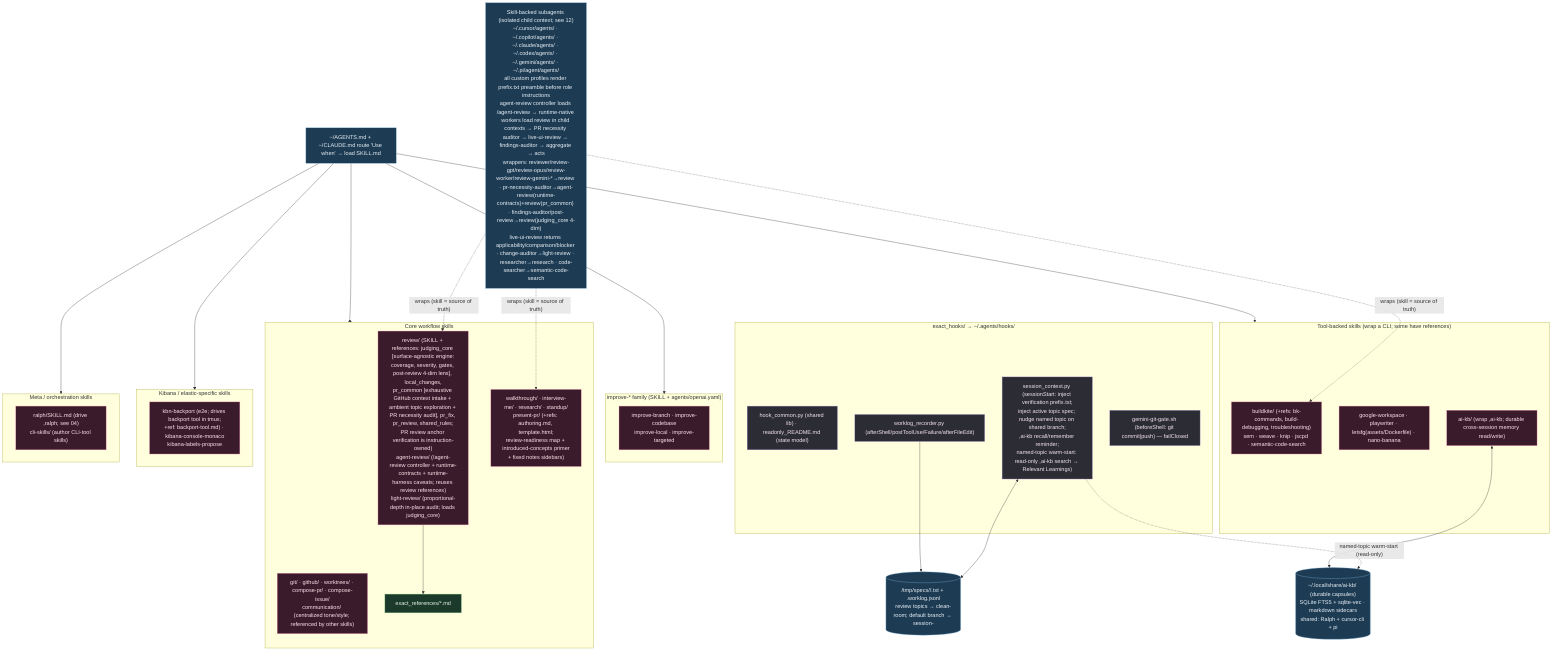
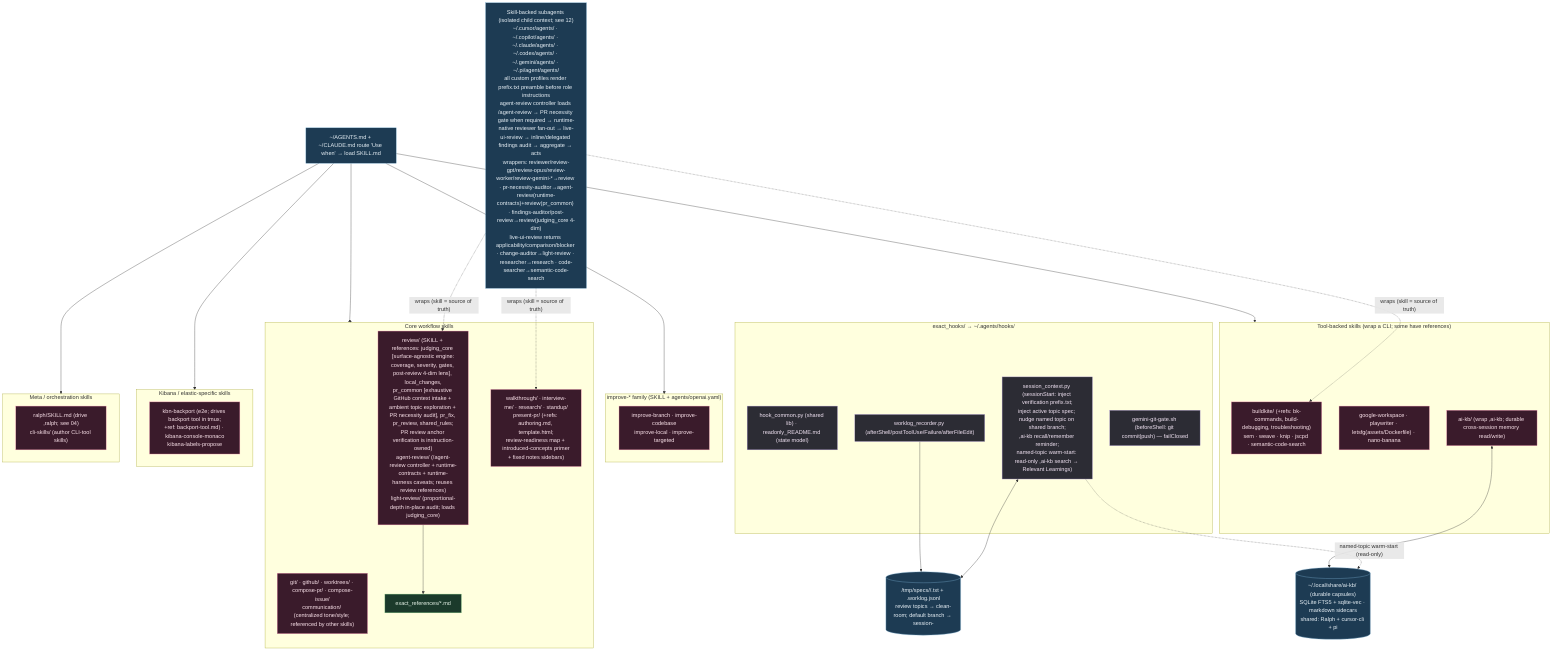
%% ============================================================================
%% 03b-agent-skills-hooks.mmd — Every file under home/exact_dot_agents/ (61).
%% Skills → ~/.agents/skills/ (intent-routed SKILL.md). Shared hooks → ~/.agents/hooks/.
%% ============================================================================
flowchart TB
    classDef skill fill:#3a1b2b,stroke:#f48fb1,color:#fce4ec;
    classDef hook fill:#2c2c34,stroke:#b39ddb,color:#f3e5f5;
    classDef ref fill:#1b3a2b,stroke:#81c784,color:#e8f5e9;
    classDef data fill:#1d3b53,stroke:#7fb3d5,color:#eaf2f8;

    subgraph HOOKS["exact_hooks/ → ~/.agents/hooks/"]
        HC["hook_common.py (shared lib) · readonly_README.md (state model)"]:::hook
        SCx["session_context.py (sessionStart: inject verification prefix.txt;<br/>inject active topic spec; nudge named topic on shared branch;<br/>,ai-kb recall/remember reminder;<br/>named-topic warm-start: read-only ,ai-kb search → Relevant Learnings)"]:::hook
        WLx["worklog_recorder.py (afterShell/postToolUse/Failure/afterFileEdit)"]:::hook
        GG["gemini-git-gate.sh (beforeShell: git commit|push) — failClosed"]:::hook
    end

    MEM[("/tmp/specs/<pwd>/<topic>.txt + .worklog.jsonl<br/>review topics → clean-room; default branch → session-<id>")]:::data
    SCx <--> MEM
    WLx --> MEM

    KBDB[("~/.local/share/ai-kb/ (durable capsules)<br/>SQLite FTS5 + sqlite-vec · markdown sidecars<br/>shared: Ralph + cursor-cli + pi")]:::data
    SCx -. "named-topic warm-start (read-only)" .-> KBDB

    subgraph CORE["Core workflow skills"]
        S1["review/ (SKILL + references: judging_core [surface-agnostic engine:<br/>coverage, severity, gates, post-review 4-dim lens], local_changes,<br/>pr_common [exhaustive GitHub context intake + ambient topic exploration + PR necessity audit], pr_fix, pr_review, shared_rules;<br/>PR review anchor verification is instruction-owned)<br/>agent-review/ (/agent-review controller + runtime-contracts + runtime-harness caveats; reuses review references)<br/>light-review/ (proportional-depth in-place audit; loads judging_core)"]:::skill
        S2["git/ · github/ · worktrees/ · compose-pr/ · compose-issue/<br/>communication/ (centralized tone/style; referenced by other skills)"]:::skill
        S3["walkthrough/ · interview-me/ · research/ · standup/<br/>present-pr/ (+refs: authoring.md, template.html;<br/>review-readiness map + introduced-concepts primer<br/>+ fixed notes sidebars)"]:::skill
        S1 --> R1["exact_references/*.md"]:::ref
    end

    subgraph IMPROVE["improve-* family (SKILL + agents/openai.yaml)"]
        S4["improve-branch · improve-codebase<br/>improve-local · improve-targeted"]:::skill
    end

    subgraph TOOLS["Tool-backed skills (wrap a CLI; some have references)"]
        S5["buildkite/ (+refs: bk-commands, build-debugging, troubleshooting)<br/>sem · weave · knip · jscpd · semantic-code-search"]:::skill
        S6["google-workspace · playwriter · letsfg(assets/Dockerfile) · nano-banana"]:::skill
        S7["ai-kb/ (wrap ,ai-kb; durable cross-session memory read/write)"]:::skill
    end

    subgraph KBN["Kibana / elastic-specific skills"]
        S8["kbn-backport (e2e; drives backport tool in tmux;<br/>+ref: backport-tool.md) · kibana-console-monaco<br/>kibana-labels-propose"]:::skill
    end

    subgraph META["Meta / orchestration skills"]
        S9["ralph/SKILL.md (drive ,ralph; see 04)<br/>cli-skills/ (author CLI-tool skills)"]:::skill
    end

    SOPS["~/AGENTS.md + ~/CLAUDE.md route 'Use when' → load SKILL.md"]:::data
    SOPS --> CORE & IMPROVE & TOOLS & KBN & META
    S7 <--> KBDB

-     SUBA["Skill-backed subagents (isolated child context; see 12)<br/>~/.cursor/agents/ · ~/.copilot/agents/ · ~/.claude/agents/ · ~/.codex/agents/ · ~/.gemini/agents/ · ~/.pi/agent/agents/<br/>all custom profiles render prefix.txt preamble before role instructions<br/>agent-review controller loads /agent-review → runtime-native workers load review in child contexts → PR necessity auditor → live-ui-review → findings-auditor → aggregate → acts<br/>wrappers: reviewer/review-gpt/review-opus/review-worker/review-gemini-*→review · pr-necessity-auditor→agent-review(runtime-contracts)+review(pr_common) · findings-auditor/post-review→review(judging_core 4-dim)<br/>live-ui-review returns applicability/comparison/blocker · change-auditor→light-review · researcher→research · code-searcher→semantic-code-search"]:::data
+     SUBA["Skill-backed subagents (isolated child context; see 12)<br/>~/.cursor/agents/ · ~/.copilot/agents/ · ~/.claude/agents/ · ~/.codex/agents/ · ~/.gemini/agents/ · ~/.pi/agent/agents/<br/>all custom profiles render prefix.txt preamble before role instructions<br/>agent-review controller loads /agent-review → PR necessity gate when required → runtime-native reviewer fan-out → live-ui-review → inline/delegated findings audit → aggregate → acts<br/>wrappers: reviewer/review-gpt/review-opus/review-worker/review-gemini-*→review · pr-necessity-auditor→agent-review(runtime-contracts)+review(pr_common) · findings-auditor/post-review→review(judging_core 4-dim)<br/>live-ui-review returns applicability/comparison/blocker · change-auditor→light-review · researcher→research · code-searcher→semantic-code-search"]:::data
    SUBA -.->|"wraps (skill = source of truth)"| S1 & S3 & S5
